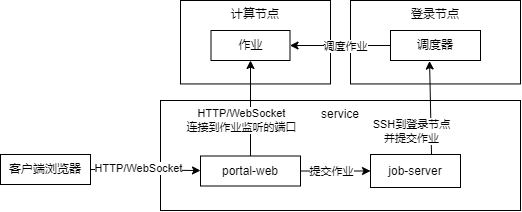
The draw.io diagram docs/diagrams/app.png in PKUHPC/OpenSCOW, before a commit. Source tidied: cells renumbered, new cells last; positions are measured from the earlier drawing's top-left corner, leaving out a move shared by most shapes.
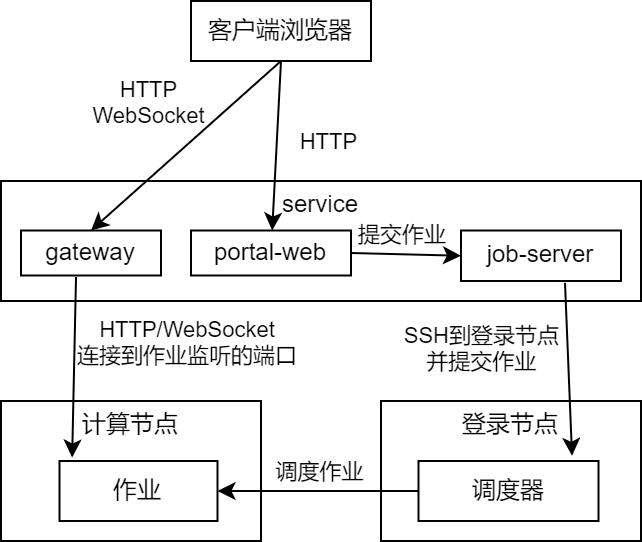
After the commit.

Diff of the diagram source:
```diff
@@ -2,67 +2,80 @@
   <root>
     <mxCell id="0" />
     <mxCell id="1" parent="0" />
-    <mxCell id="2" value="service" style="rounded=0;whiteSpace=wrap;html=1;fillColor=none;verticalAlign=top;" parent="1" vertex="1">
-      <mxGeometry x="160" y="100" width="360" height="110" as="geometry" />
+    <mxCell id="2" value="service" style="rounded=0;whiteSpace=wrap;fillColor=none;verticalAlign=top;spacing=0;labelBackgroundColor=none;" parent="1" vertex="1">
+      <mxGeometry x="170" y="130" width="320" height="60" as="geometry" />
     </mxCell>
-    <mxCell id="3" value="登录节点" style="rounded=0;whiteSpace=wrap;html=1;fillColor=none;verticalAlign=top;" parent="1" vertex="1">
-      <mxGeometry x="350" width="170" height="83.4" as="geometry" />
+    <mxCell id="3" value="登录节点" style="rounded=0;whiteSpace=wrap;fillColor=none;verticalAlign=top;spacing=0;labelBackgroundColor=none;" parent="1" vertex="1">
+      <mxGeometry x="360" y="240" width="130" height="70" as="geometry" />
     </mxCell>
-    <mxCell id="4" style="edgeStyle=none;html=1;exitX=1;exitY=0.5;exitDx=0;exitDy=0;" parent="1" edge="1" source="6" target="11">
+    <mxCell id="4" style="edgeStyle=none;exitX=0.5;exitY=1;exitDx=0;exitDy=0;entryX=0.5;entryY=0;entryDx=0;entryDy=0;spacing=0;labelBackgroundColor=none;" parent="1" edge="1" source="6" target="21">
       <mxGeometry relative="1" as="geometry" />
     </mxCell>
-    <mxCell id="5" value="HTTP/WebSocket" style="edgeLabel;html=1;align=center;verticalAlign=middle;" parent="4" vertex="1">
+    <mxCell id="5" value="HTTP&#10;WebSocket" style="edgeLabel;align=center;verticalAlign=middle;spacing=0;labelBackgroundColor=none;" parent="4" vertex="1">
       <mxGeometry x="-0.21" y="-2" relative="1" as="geometry">
-        <mxPoint x="4" y="-4" as="offset" />
+        <mxPoint x="-27" y="-12" as="offset" />
       </mxGeometry>
     </mxCell>
+    <mxCell id="20" style="edgeStyle=none;exitX=0.5;exitY=1;exitDx=0;exitDy=0;spacing=0;labelBackgroundColor=none;" parent="1" edge="1" source="6" target="11">
+      <mxGeometry relative="1" as="geometry" />
+    </mxCell>
-    <mxCell id="6" value="客户端浏览器" style="whiteSpace=wrap;html=1;fillColor=none;" parent="1" vertex="1">
-      <mxGeometry y="154" width="90" height="30" as="geometry" />
+    <mxCell id="6" value="客户端浏览器" style="whiteSpace=wrap;fillColor=none;spacing=0;labelBackgroundColor=none;" parent="1" vertex="1">
+      <mxGeometry x="265" y="40" width="90" height="30" as="geometry" />
     </mxCell>
+    <mxCell id="9" style="edgeStyle=none;exitX=1;exitY=0.5;exitDx=0;exitDy=0;entryX=0;entryY=0.5;entryDx=0;entryDy=0;spacing=0;labelBackgroundColor=none;" parent="1" edge="1" source="11" target="15">
+      <mxGeometry relative="1" as="geometry" />
+    </mxCell>
+    <mxCell id="10" value="提交作业" style="edgeLabel;align=center;verticalAlign=middle;spacing=0;labelBackgroundColor=none;" parent="9" vertex="1">
+      <mxGeometry x="-0.39" relative="1" as="geometry">
+        <mxPoint x="9" y="-10" as="offset" />
+      </mxGeometry>
+    </mxCell>
-    <mxCell id="7" style="edgeStyle=none;html=1;exitX=0.5;exitY=0;exitDx=0;exitDy=0;entryX=0.5;entryY=1;entryDx=0;entryDy=0;" parent="1" edge="1" source="11" target="19">
+    <mxCell id="7" style="edgeStyle=none;exitX=0.393;exitY=1.035;exitDx=0;exitDy=0;startArrow=none;entryX=0.08;entryY=-0.058;entryDx=0;entryDy=0;entryPerimeter=0;spacing=0;labelBackgroundColor=none;exitPerimeter=0;" parent="1" edge="1" source="21" target="19">
       <mxGeometry relative="1" as="geometry" />
     </mxCell>
-    <mxCell id="8" value="HTTP/WebSocket&lt;br&gt;连接到作业监听的端口" style="edgeLabel;html=1;align=center;verticalAlign=middle;" parent="7" vertex="1">
+    <mxCell id="8" value="HTTP/WebSocket&#10;连接到作业监听的端口" style="edgeLabel;align=center;verticalAlign=middle;spacing=0;labelBackgroundColor=none;" parent="7" vertex="1">
       <mxGeometry x="0.25" y="-2" relative="1" as="geometry">
-        <mxPoint x="-11" y="24" as="offset" />
+        <mxPoint x="59" y="-24" as="offset" />
       </mxGeometry>
     </mxCell>
-    <mxCell id="9" style="edgeStyle=none;html=1;exitX=1;exitY=0.5;exitDx=0;exitDy=0;entryX=0;entryY=0.5;entryDx=0;entryDy=0;" parent="1" edge="1" source="11" target="15">
-      <mxGeometry relative="1" as="geometry" />
-    </mxCell>
-    <mxCell id="10" value="提交作业" style="edgeLabel;html=1;align=center;verticalAlign=middle;" parent="9" vertex="1">
-      <mxGeometry x="-0.39" relative="1" as="geometry">
-        <mxPoint x="9" as="offset" />
-      </mxGeometry>
-    </mxCell>
-    <mxCell id="11" value="portal-web" style="rounded=0;whiteSpace=wrap;html=1;fillColor=none;" parent="1" vertex="1">
-      <mxGeometry x="200" y="155.5" width="100" height="30" as="geometry" />
+    <mxCell id="11" value="portal-web" style="rounded=0;whiteSpace=wrap;fillColor=none;spacing=0;labelBackgroundColor=none;" parent="1" vertex="1">
+      <mxGeometry x="265" y="154.8" width="80" height="22.5" as="geometry" />
     </mxCell>
-    <mxCell id="12" value="计算节点" style="rounded=0;whiteSpace=wrap;html=1;fillColor=none;verticalAlign=top;" parent="1" vertex="1">
-      <mxGeometry x="180" width="150" height="83.4" as="geometry" />
-    </mxCell>
-    <mxCell id="13" style="edgeStyle=none;html=1;exitX=0.678;exitY=0.013;exitDx=0;exitDy=0;entryX=0.434;entryY=1.018;entryDx=0;entryDy=0;exitPerimeter=0;entryPerimeter=0;" parent="1" edge="1" source="15" target="18">
+    <mxCell id="13" style="edgeStyle=none;exitX=0.65;exitY=1.036;exitDx=0;exitDy=0;entryX=0.853;entryY=-0.087;entryDx=0;entryDy=0;exitPerimeter=0;entryPerimeter=0;spacing=0;labelBackgroundColor=none;" parent="1" edge="1" source="15" target="18">
       <mxGeometry relative="1" as="geometry" />
     </mxCell>
-    <mxCell id="14" value="SSH到登录节点&lt;br&gt;并提交作业" style="edgeLabel;html=1;align=center;verticalAlign=middle;" parent="13" vertex="1">
+    <mxCell id="14" value="SSH到登录节点&#10;并提交作业" style="edgeLabel;align=center;verticalAlign=middle;spacing=0;labelBackgroundColor=none;" parent="13" vertex="1">
       <mxGeometry x="-0.15" y="-2" relative="1" as="geometry">
-        <mxPoint x="-22" y="16" as="offset" />
+        <mxPoint x="-41" y="-4" as="offset" />
       </mxGeometry>
     </mxCell>
-    <mxCell id="15" value="job-server" style="rounded=0;whiteSpace=wrap;html=1;fillColor=none;" parent="1" vertex="1">
-      <mxGeometry x="370" y="154" width="90" height="33" as="geometry" />
+    <mxCell id="15" value="job-server" style="rounded=0;whiteSpace=wrap;fillColor=none;spacing=0;labelBackgroundColor=none;" parent="1" vertex="1">
+      <mxGeometry x="400" y="154.8" width="80" height="25.2" as="geometry" />
     </mxCell>
+    <mxCell id="18" value="调度器" style="rounded=0;whiteSpace=wrap;spacing=0;labelBackgroundColor=none;fillColor=none;" parent="1" vertex="1">
+      <mxGeometry x="378.8" y="270" width="90" height="30" as="geometry" />
+    </mxCell>
+    <mxCell id="12" value="计算节点" style="rounded=0;whiteSpace=wrap;fillColor=none;verticalAlign=top;spacing=0;labelBackgroundColor=none;" parent="1" vertex="1">
+      <mxGeometry x="170" y="240" width="130" height="70" as="geometry" />
+    </mxCell>
-    <mxCell id="16" style="edgeStyle=none;html=1;exitX=0;exitY=0.5;exitDx=0;exitDy=0;entryX=1;entryY=0.5;entryDx=0;entryDy=0;" parent="1" edge="1" source="18" target="19">
+    <mxCell id="16" style="edgeStyle=none;exitX=0;exitY=0.5;exitDx=0;exitDy=0;entryX=1;entryY=0.5;entryDx=0;entryDy=0;spacing=0;labelBackgroundColor=none;" parent="1" edge="1" source="18" target="19">
       <mxGeometry relative="1" as="geometry" />
     </mxCell>
-    <mxCell id="17" value="调度作业" style="edgeLabel;html=1;align=center;verticalAlign=middle;" parent="16" vertex="1">
-      <mxGeometry x="-0.1" y="1" relative="1" as="geometry" />
+    <mxCell id="17" value="调度作业" style="edgeLabel;align=center;verticalAlign=middle;spacing=0;labelBackgroundColor=none;" parent="16" vertex="1">
+      <mxGeometry x="-0.1" y="1" relative="1" as="geometry">
+        <mxPoint x="-4" y="-11" as="offset" />
+      </mxGeometry>
     </mxCell>
-    <mxCell id="18" value="调度器" style="rounded=0;whiteSpace=wrap;html=1;" parent="1" vertex="1">
-      <mxGeometry x="390" y="30" width="90" height="30" as="geometry" />
-    </mxCell>
-    <mxCell id="19" value="作业" style="rounded=0;whiteSpace=wrap;html=1;" parent="1" vertex="1">
-      <mxGeometry x="210.5" y="30" width="79" height="30" as="geometry" />
+    <mxCell id="19" value="作业" style="rounded=0;whiteSpace=wrap;spacing=0;labelBackgroundColor=none;fillColor=none;" parent="1" vertex="1">
+      <mxGeometry x="199.2" y="270" width="79" height="30" as="geometry" />
     </mxCell>
+    <mxCell id="21" value="gateway" style="rounded=0;whiteSpace=wrap;fillColor=none;spacing=0;labelBackgroundColor=none;" parent="1" vertex="1">
+      <mxGeometry x="180" y="154.8" width="70" height="22.5" as="geometry" />
+    </mxCell>
+    <mxCell id="22" value="HTTP" style="edgeLabel;align=center;verticalAlign=middle;spacing=0;labelBackgroundColor=none;" parent="1" vertex="1">
+      <mxGeometry x="280" y="109.8" as="geometry">
+        <mxPoint x="54" as="offset" />
+      </mxGeometry>
+    </mxCell>
   </root>
 </mxGraphModel>
```
